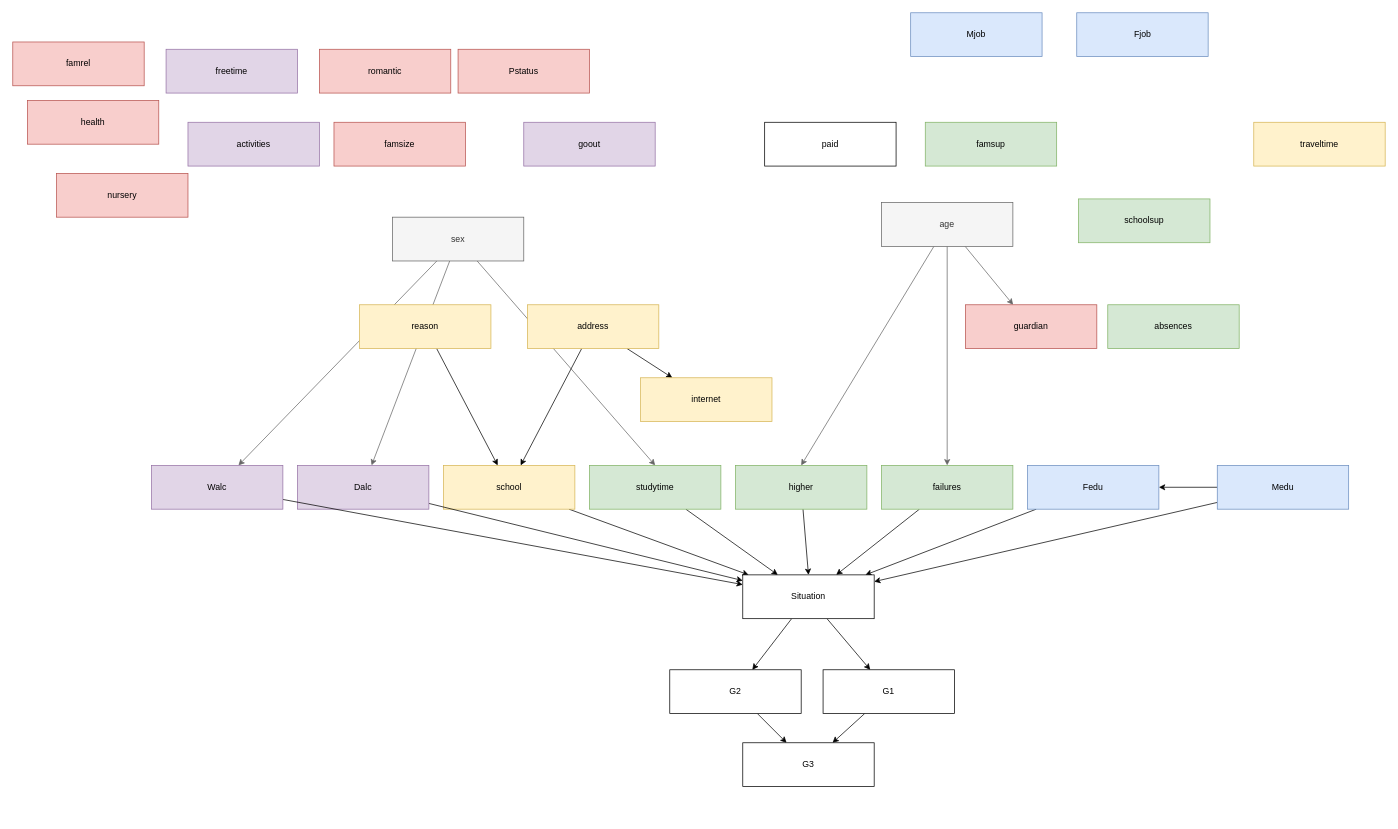
Super-T02/ki-bayesian-networks keeps this draw.io diagram as page "Minimal" (3 of 5) of doc/graph.drawio. Above is the earlier version. Source tidied: cells renumbered, new cells numbered last; positions are measured from the earlier drawing's top-left corner, leaving out a move shared by most shapes. Both pictures are drawn from the tidied source at 73%, with x=0, y=0 at pixel (12, 12).
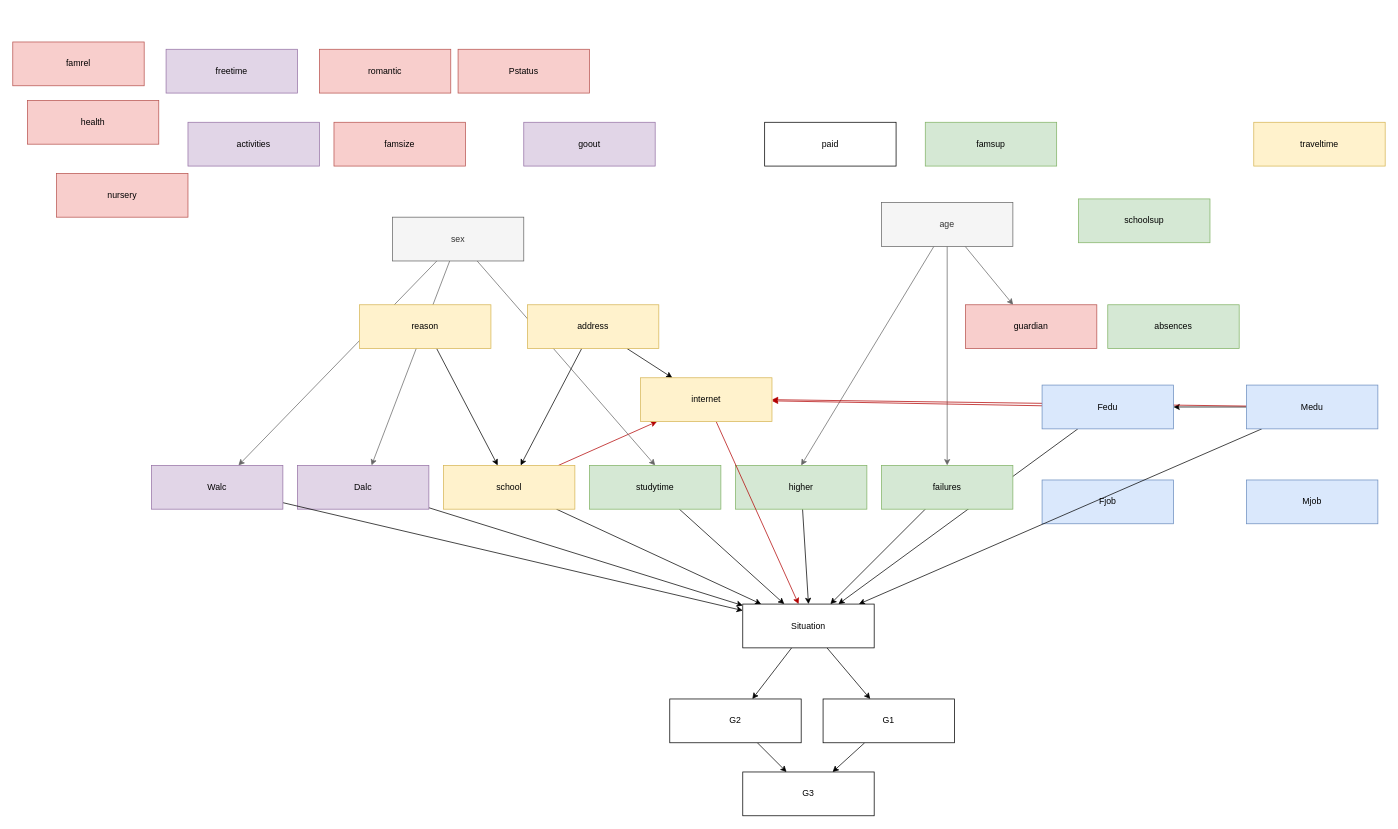
After the change.

Unchanged cells that the change refers to:
```xml
<mxCell id="3" value="school" style="rounded=0;whiteSpace=wrap;html=1;fillColor=#fff2cc;strokeColor=#d6b656;" parent="1" vertex="1">
  <mxGeometry x="590" y="620" width="180" height="60" as="geometry" />
</mxCell>
<mxCell id="38" value="internet" style="rounded=0;whiteSpace=wrap;html=1;fillColor=#fff2cc;strokeColor=#d6b656;" parent="1" vertex="1">
  <mxGeometry x="860" y="500" width="180" height="60" as="geometry" />
</mxCell>
```

Change to the diagram source:
```diff
@@
+    <mxCell id="58" style="edgeStyle=none;rounded=0;jettySize=auto;html=1;fillColor=#e51400;strokeColor=#B20000;" parent="1" edge="1" source="3" target="38">
+      <mxGeometry relative="1" as="geometry" />
+    </mxCell>
@@
     <mxCell id="17" value="Mjob" style="rounded=0;whiteSpace=wrap;html=1;fillColor=#dae8fc;strokeColor=#6c8ebf;" parent="1" vertex="1">
-      <mxGeometry x="1230" width="180" height="60" as="geometry" />
+      <mxGeometry x="1690" y="640" width="180" height="60" as="geometry" />
     </mxCell>
     <mxCell id="18" value="Fjob" style="rounded=0;whiteSpace=wrap;html=1;fillColor=#dae8fc;strokeColor=#6c8ebf;" parent="1" vertex="1">
-      <mxGeometry x="1457.5" width="180" height="60" as="geometry" />
+      <mxGeometry x="1410" y="640" width="180" height="60" as="geometry" />
     </mxCell>
@@
+    <mxCell id="59" style="edgeStyle=none;rounded=0;jettySize=auto;html=1;entryX=1;entryY=0.5;entryDx=0;entryDy=0;fillColor=#e51400;strokeColor=#B20000;" parent="1" edge="1" source="21" target="38">
+      <mxGeometry relative="1" as="geometry" />
+    </mxCell>
     <mxCell id="21" value="Medu" style="rounded=0;whiteSpace=wrap;html=1;fillColor=#dae8fc;strokeColor=#6c8ebf;" parent="1" vertex="1">
-      <mxGeometry x="1650" y="620" width="180" height="60" as="geometry" />
+      <mxGeometry x="1690" y="510" width="180" height="60" as="geometry" />
     </mxCell>
@@
+    <mxCell id="60" style="edgeStyle=none;rounded=0;jettySize=auto;html=1;fillColor=#e51400;strokeColor=#B20000;" parent="1" edge="1" source="23" target="38">
+      <mxGeometry relative="1" as="geometry" />
+    </mxCell>
     <mxCell id="23" value="Fedu" style="rounded=0;whiteSpace=wrap;html=1;fillColor=#dae8fc;strokeColor=#6c8ebf;" parent="1" vertex="1">
-      <mxGeometry x="1390" y="620" width="180" height="60" as="geometry" />
+      <mxGeometry x="1410" y="510" width="180" height="60" as="geometry" />
     </mxCell>
@@
+    <mxCell id="61" style="edgeStyle=none;rounded=0;jettySize=auto;html=1;fillColor=#e51400;strokeColor=#B20000;" parent="1" edge="1" source="38" target="57">
+      <mxGeometry relative="1" as="geometry" />
+    </mxCell>
@@
     <mxCell id="49" value="G1" style="rounded=0;whiteSpace=wrap;html=1;" parent="1" vertex="1">
-      <mxGeometry x="1110" y="900" width="180" height="60" as="geometry" />
+      <mxGeometry x="1110" y="940" width="180" height="60" as="geometry" />
     </mxCell>
@@
     <mxCell id="51" value="G2" style="rounded=0;whiteSpace=wrap;html=1;" parent="1" vertex="1">
-      <mxGeometry x="900" y="900" width="180" height="60" as="geometry" />
+      <mxGeometry x="900" y="940" width="180" height="60" as="geometry" />
     </mxCell>
     <mxCell id="52" value="G3" style="rounded=0;whiteSpace=wrap;html=1;" parent="1" vertex="1">
-      <mxGeometry x="1000" y="1000" width="180" height="60" as="geometry" />
+      <mxGeometry x="1000" y="1040" width="180" height="60" as="geometry" />
     </mxCell>
@@
     <mxCell id="57" value="Situation" style="rounded=0;whiteSpace=wrap;html=1;" parent="1" vertex="1">
-      <mxGeometry x="1000" y="770" width="180" height="60" as="geometry" />
+      <mxGeometry x="1000" y="810" width="180" height="60" as="geometry" />
     </mxCell>
```
